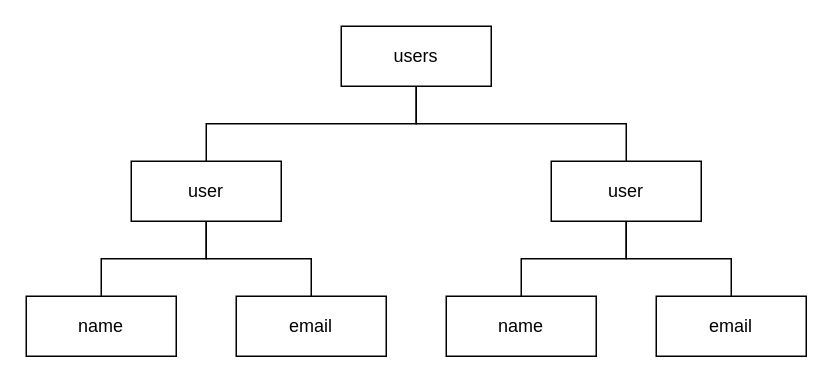
Above: The Web/static/apitree.drawio in sistembeyimiz-001/code-web (draw.io), before the change. Source tidied: cells renumbered, new cells numbered last; positions are measured from the earlier drawing's top-left corner, leaving out a move shared by most shapes. Both pictures are drawn from the tidied source at 150%, with x=0, y=0 at pixel (26, 26).
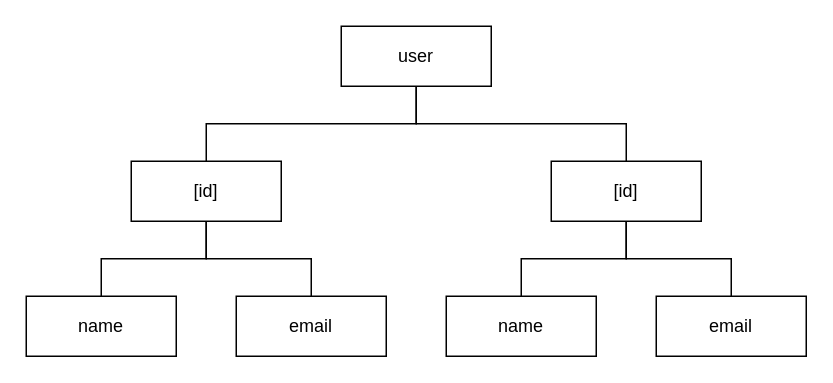
After the change.

What changed in the source:
```diff
@@
 <mxGraphModel>
   <root>
     <mxCell id="0" />
     <mxCell id="1" parent="0" />
-    <mxCell id="2" value="user" style="whiteSpace=wrap;html=1;" parent="1" vertex="1">
+    <mxCell id="2" value="[id]" style="whiteSpace=wrap;html=1;" parent="1" vertex="1">
       <mxGeometry x="350" y="90" width="100" height="40" as="geometry" />
     </mxCell>
     <mxCell id="3" value="name" style="whiteSpace=wrap;html=1;" parent="1" vertex="1">
       <mxGeometry x="280" y="180" width="100" height="40" as="geometry" />
     </mxCell>
     <mxCell id="4" style="edgeStyle=elbowEdgeStyle;elbow=vertical;html=1;rounded=0;entryX=0.5;entryY=0;entryDx=0;entryDy=0;endArrow=none;endFill=0;" parent="1" edge="1" source="2" target="3">
       <mxGeometry relative="1" as="geometry" />
     </mxCell>
     <mxCell id="5" value="email" style="whiteSpace=wrap;html=1;" parent="1" vertex="1">
       <mxGeometry x="420" y="180" width="100" height="40" as="geometry" />
     </mxCell>
     <mxCell id="6" style="edgeStyle=elbowEdgeStyle;elbow=vertical;html=1;rounded=0;endArrow=none;endFill=0;" parent="1" edge="1" source="2">
       <mxGeometry relative="1" as="geometry">
         <mxPoint x="470" y="180" as="targetPoint" />
       </mxGeometry>
     </mxCell>
-    <mxCell id="7" value="user" style="whiteSpace=wrap;html=1;" parent="1" vertex="1">
+    <mxCell id="7" value="[id]" style="whiteSpace=wrap;html=1;" parent="1" vertex="1">
       <mxGeometry x="70" y="90" width="100" height="40" as="geometry" />
     </mxCell>
     <mxCell id="8" value="name" style="whiteSpace=wrap;html=1;" parent="1" vertex="1">
       <mxGeometry y="180" width="100" height="40" as="geometry" />
     </mxCell>
     <mxCell id="9" style="edgeStyle=elbowEdgeStyle;elbow=vertical;html=1;rounded=0;entryX=0.5;entryY=0;entryDx=0;entryDy=0;endArrow=none;endFill=0;" parent="1" edge="1" source="7" target="8">
       <mxGeometry relative="1" as="geometry" />
     </mxCell>
     <mxCell id="10" value="email" style="whiteSpace=wrap;html=1;" parent="1" vertex="1">
       <mxGeometry x="140" y="180" width="100" height="40" as="geometry" />
     </mxCell>
     <mxCell id="11" style="edgeStyle=elbowEdgeStyle;elbow=vertical;html=1;rounded=0;entryX=0.5;entryY=0;entryDx=0;entryDy=0;endArrow=none;endFill=0;" parent="1" edge="1" source="7" target="10">
       <mxGeometry relative="1" as="geometry" />
     </mxCell>
-    <mxCell id="12" value="users" style="whiteSpace=wrap;html=1;" parent="1" vertex="1">
+    <mxCell id="12" value="user" style="whiteSpace=wrap;html=1;" parent="1" vertex="1">
       <mxGeometry x="210" width="100" height="40" as="geometry" />
     </mxCell>
     <mxCell id="13" style="edgeStyle=elbowEdgeStyle;elbow=vertical;html=1;rounded=0;entryX=0.5;entryY=0;entryDx=0;entryDy=0;endArrow=none;endFill=0;" parent="1" edge="1" source="12" target="7">
       <mxGeometry relative="1" as="geometry" />
     </mxCell>
     <mxCell id="14" style="edgeStyle=elbowEdgeStyle;elbow=vertical;html=1;rounded=0;entryX=0.5;entryY=0;entryDx=0;entryDy=0;endArrow=none;endFill=0;" parent="1" edge="1" source="12" target="2">
       <mxGeometry relative="1" as="geometry" />
     </mxCell>
   </root>
 </mxGraphModel>
```
